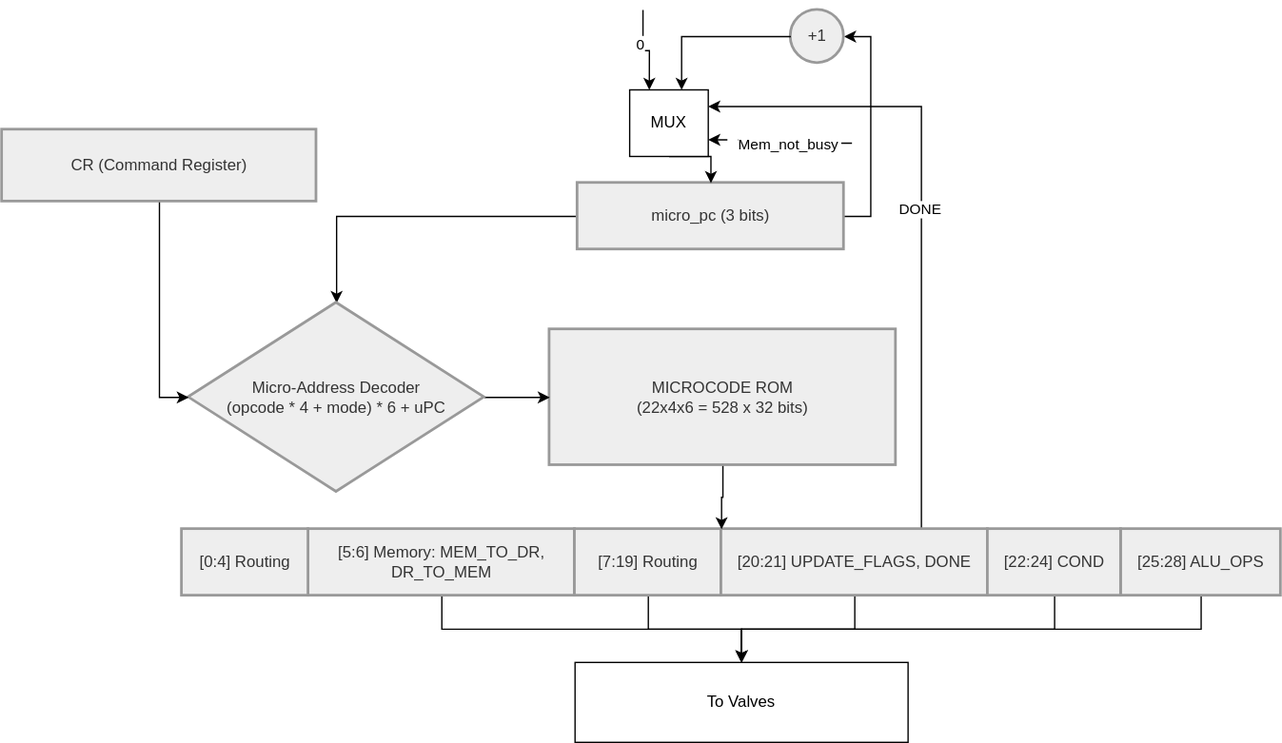
This is control_unit.svg from zhabka-zadushnila/csa_lab4, a draw.io export, as it was before one commit. Source tidied: cells renumbered, new cells last; positions are measured from the earlier drawing's top-left corner, leaving out a move shared by most shapes.
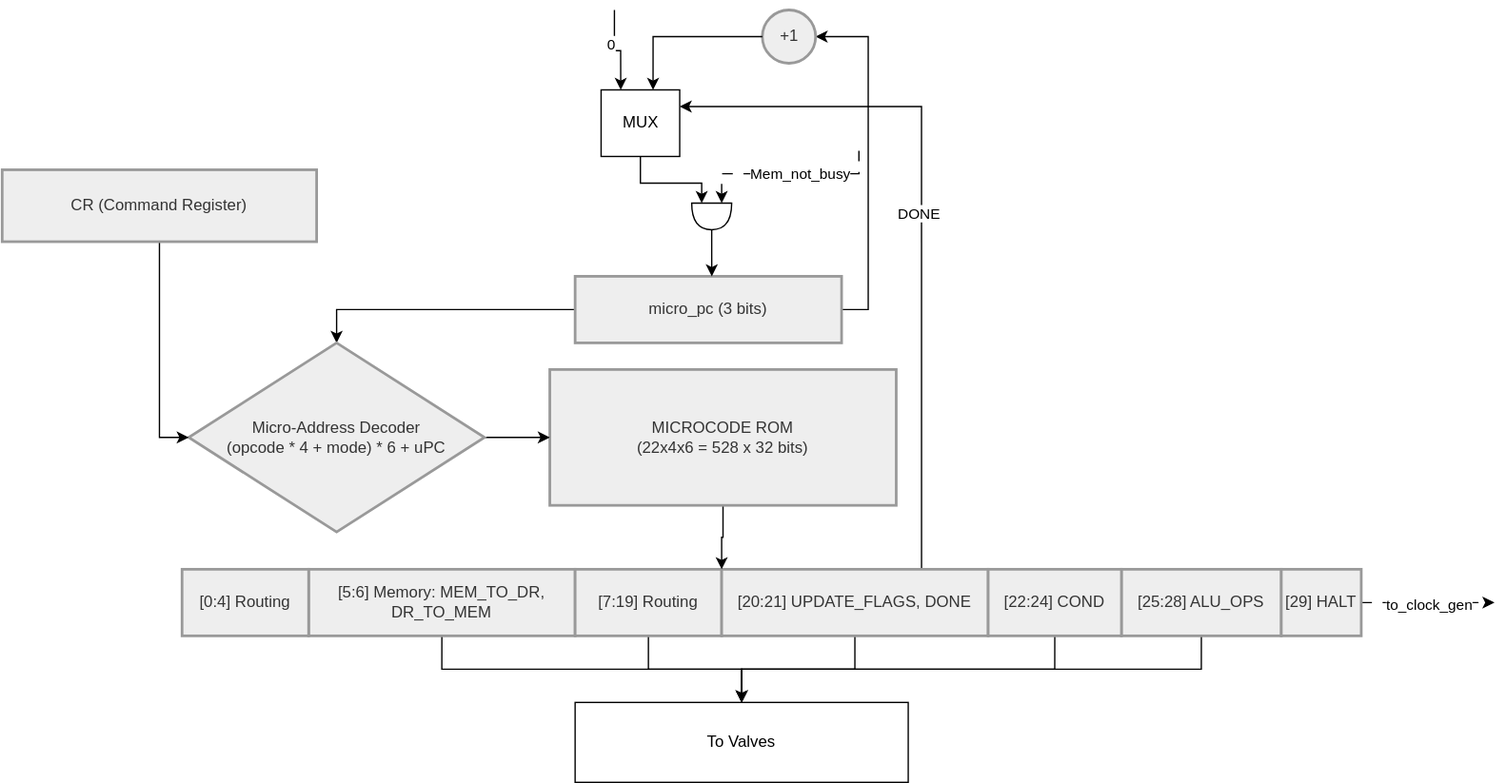
After the change.

The edit, as a diff of the source:
```diff
@@ -39,7 +39,7 @@
       <mxGeometry relative="1" as="geometry" />
     </mxCell>
     <mxCell id="14" value="micro_pc (3 bits)" style="whiteSpace=wrap;strokeWidth=2;fillColor=light-dark(#eeeeee,#1f2020);strokeColor=light-dark(#999999,#cccccc);fontColor=light-dark(#333333,#cccccc);" parent="1" vertex="1">
-      <mxGeometry x="432" y="130" width="200" height="50" as="geometry" />
+      <mxGeometry x="430" y="170" width="200" height="50" as="geometry" />
     </mxCell>
     <mxCell id="15" style="edgeStyle=orthogonalEdgeStyle;rounded=0;jettySize=auto;html=1;entryX=0.5;entryY=0;entryDx=0;entryDy=0;exitX=0.5;exitY=1;exitDx=0;exitDy=0;" parent="1" edge="1" source="16" target="28">
       <mxGeometry relative="1" as="geometry" />
@@ -66,17 +66,17 @@
       <mxGeometry y="90" width="236" height="54" as="geometry" />
     </mxCell>
     <mxCell id="23" value="+1" style="ellipse;strokeWidth=2;whiteSpace=wrap;fillColor=light-dark(#eeeeee,#1f2020);strokeColor=light-dark(#999999,#cccccc);fontColor=light-dark(#333333,#cccccc);" parent="1" vertex="1">
-      <mxGeometry x="592" width="40" height="40" as="geometry" />
+      <mxGeometry x="570.5" y="-30" width="40" height="40" as="geometry" />
     </mxCell>
-    <mxCell id="24" style="edgeStyle=orthogonalEdgeStyle;rounded=0;jettySize=auto;html=1;startArrow=classic;startFill=1;endArrow=none;endFill=0;dashed=1;dashPattern=8 8;exitX=1;exitY=0.75;exitDx=0;exitDy=0;" parent="1" edge="1" source="31">
+    <mxCell id="24" style="edgeStyle=orthogonalEdgeStyle;rounded=0;jettySize=auto;html=1;startArrow=classic;startFill=1;endArrow=none;endFill=0;dashed=1;dashPattern=8 8;exitX=0;exitY=0.25;exitDx=0;exitDy=0;exitPerimeter=0;" parent="1" edge="1" source="36">
       <mxGeometry relative="1" as="geometry">
-        <mxPoint x="641" y="100" as="targetPoint" />
+        <mxPoint x="643" y="70" as="targetPoint" />
       </mxGeometry>
     </mxCell>
     <mxCell id="25" value="Mem_not_busy" style="edgeLabel;html=1;align=center;verticalAlign=middle;" parent="24" vertex="1">
       <mxGeometry x="0.09" relative="1" as="geometry" />
     </mxCell>
-    <mxCell id="26" style="edgeStyle=orthogonalEdgeStyle;rounded=0;jettySize=auto;html=1;entryX=0.5;entryY=0;entryDx=0;entryDy=0;exitX=0.5;exitY=1;exitDx=0;exitDy=0;" parent="1" edge="1" source="31" target="14">
+    <mxCell id="26" style="edgeStyle=orthogonalEdgeStyle;rounded=0;jettySize=auto;html=1;entryX=0;entryY=0.75;entryDx=0;entryDy=0;exitX=0.5;exitY=1;exitDx=0;exitDy=0;entryPerimeter=0;" parent="1" edge="1" source="31" target="36">
       <mxGeometry relative="1" as="geometry" />
     </mxCell>
     <mxCell id="27" style="edgeStyle=orthogonalEdgeStyle;rounded=0;jettySize=auto;html=1;entryX=0.661;entryY=0;entryDx=0;entryDy=0;entryPerimeter=0;" parent="1" edge="1" source="23" target="31">
@@ -87,17 +87,34 @@
     </mxCell>
     <mxCell id="29" style="edgeStyle=orthogonalEdgeStyle;rounded=0;jettySize=auto;html=1;endArrow=none;endFill=0;startArrow=classic;startFill=1;exitX=0.25;exitY=0;exitDx=0;exitDy=0;" parent="1" edge="1" source="31">
       <mxGeometry relative="1" as="geometry">
-        <mxPoint x="481" as="targetPoint" />
+        <mxPoint x="459.5" y="-30" as="targetPoint" />
       </mxGeometry>
     </mxCell>
     <mxCell id="30" value="0" style="edgeLabel;html=1;align=center;verticalAlign=middle;" parent="29" vertex="1">
       <mxGeometry x="0.21" y="3" relative="1" as="geometry" />
     </mxCell>
     <mxCell id="31" value="MUX" style="rounded=0;whiteSpace=wrap;html=1;" parent="1" vertex="1">
-      <mxGeometry x="471" y="60" width="59" height="50" as="geometry" />
+      <mxGeometry x="449.5" y="30" width="59" height="50" as="geometry" />
     </mxCell>
     <mxCell id="32" value="[0:4] Routing" style="whiteSpace=wrap;strokeWidth=2;fillColor=light-dark(#eeeeee,#1f2020);strokeColor=light-dark(#999999,#cccccc);fontColor=light-dark(#333333,#cccccc);" parent="1" vertex="1">
       <mxGeometry x="135" y="390" width="95" height="50" as="geometry" />
     </mxCell>
+    <mxCell id="33" style="edgeStyle=orthogonalEdgeStyle;rounded=0;jettySize=auto;html=1;dashed=1;dashPattern=8 8;" parent="1" edge="1" source="35">
+      <mxGeometry relative="1" as="geometry">
+        <mxPoint x="1120" y="415" as="targetPoint" />
+      </mxGeometry>
+    </mxCell>
+    <mxCell id="34" value="to_clock_gen" style="edgeLabel;html=1;align=center;verticalAlign=middle;" parent="33" vertex="1">
+      <mxGeometry x="0.02" y="-2" relative="1" as="geometry" />
+    </mxCell>
+    <mxCell id="35" value="[29] HALT" style="whiteSpace=wrap;strokeWidth=2;fillColor=light-dark(#eeeeee,#1f2020);strokeColor=light-dark(#999999,#cccccc);fontColor=light-dark(#333333,#cccccc);" parent="1" vertex="1">
+      <mxGeometry x="960" y="390" width="60" height="50" as="geometry" />
+    </mxCell>
+    <mxCell id="36" style="shape=or;whiteSpace=wrap;html=1;rotation=90;" parent="1" vertex="1">
+      <mxGeometry x="522.5" y="110" width="20" height="30" as="geometry" />
+    </mxCell>
+    <mxCell id="37" style="edgeStyle=orthogonalEdgeStyle;rounded=0;jettySize=auto;html=1;entryX=0.513;entryY=0;entryDx=0;entryDy=0;entryPerimeter=0;" parent="1" edge="1" source="36" target="14">
+      <mxGeometry relative="1" as="geometry" />
+    </mxCell>
   </root>
 </mxGraphModel>
```
